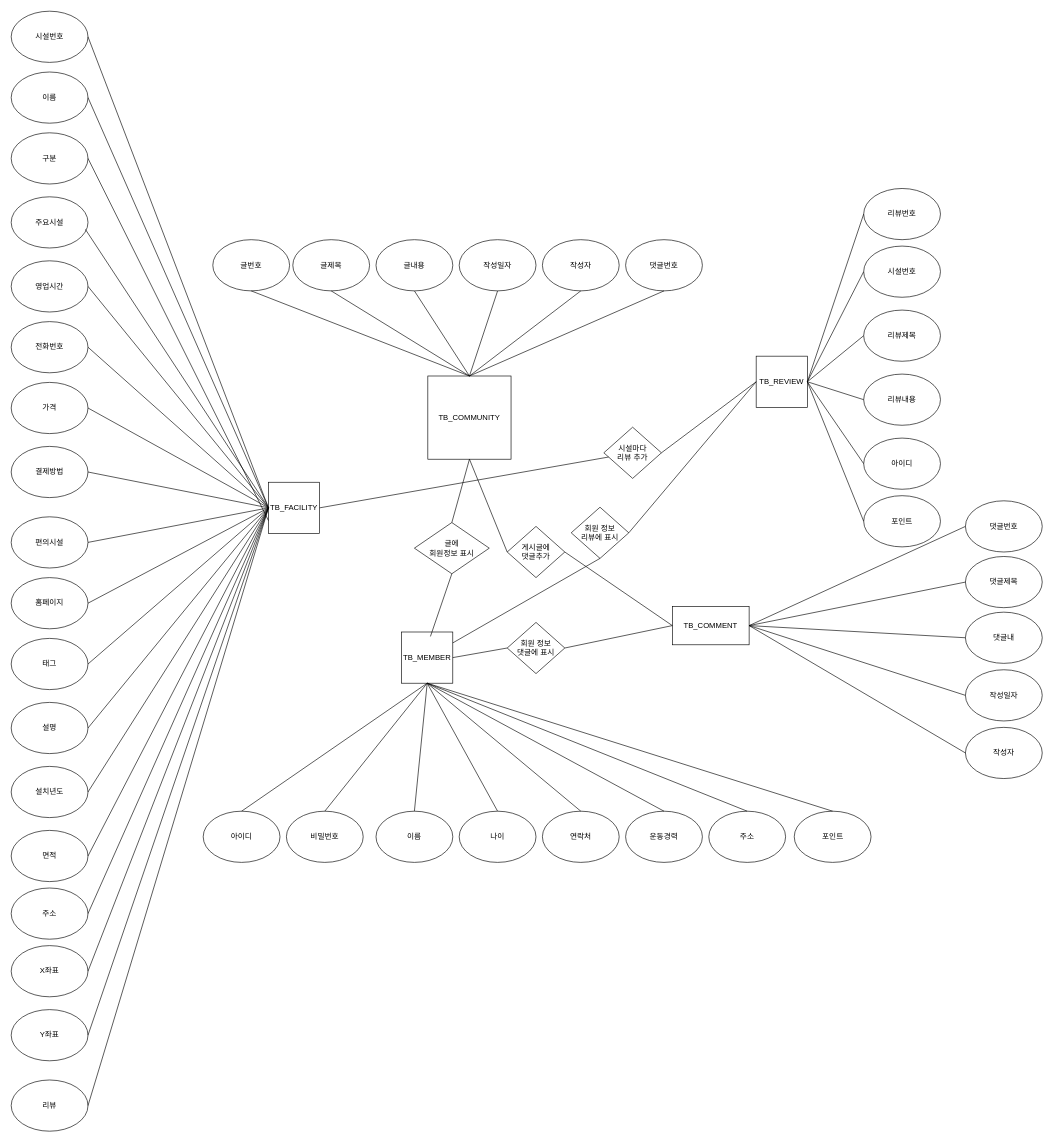
Before: document/ER DIAGRAM.drawio in rimgosu/ProjectStudy, a draw.io diagram. Source tidied: cells renumbered, new cells numbered last; positions are measured from the earlier drawing's top-left corner, leaving out a move shared by most shapes. Both pictures are drawn from the tidied source at 64%, with x=0, y=0 at pixel (11, 11).
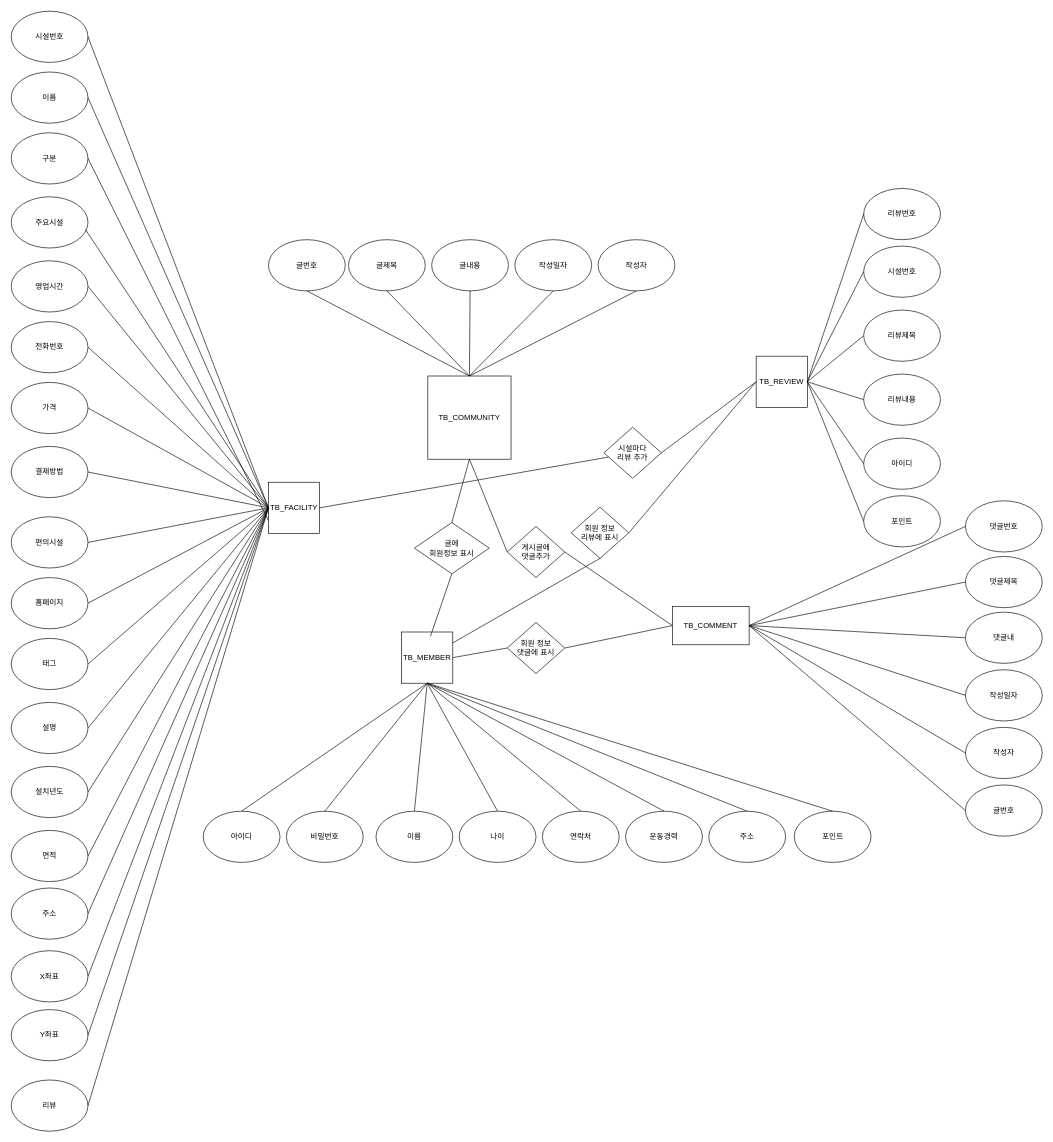
The same diagram, later.

The change refers to these unchanged cells:
```xml
<mxCell id="39" value="TB_COMMENT" style="rounded=0;whiteSpace=wrap;html=1;" parent="1" vertex="1">
  <mxGeometry x="1033" y="930" width="120" height="60" as="geometry" />
</mxCell>
<mxCell id="70" value="TB_COMMUNITY" style="whiteSpace=wrap;html=1;" parent="1" vertex="1">
  <mxGeometry x="651" y="570" width="130" height="130" as="geometry" />
</mxCell>
```

Diff of the diagram source:
```diff
@@
     <mxCell id="19" value="X좌표" style="ellipse;whiteSpace=wrap;html=1;" parent="1" vertex="1">
-      <mxGeometry y="1460" width="120" height="80" as="geometry" />
+      <mxGeometry y="1468" width="120" height="80" as="geometry" />
     </mxCell>
@@
     <mxCell id="71" value="글번호" style="ellipse;whiteSpace=wrap;html=1;" parent="1" vertex="1">
-      <mxGeometry x="315" y="357" width="120" height="80" as="geometry" />
+      <mxGeometry x="402" y="357" width="120" height="80" as="geometry" />
     </mxCell>
     <mxCell id="72" value="글제목" style="ellipse;whiteSpace=wrap;html=1;" parent="1" vertex="1">
-      <mxGeometry x="440" y="357" width="120" height="80" as="geometry" />
+      <mxGeometry x="527" y="357" width="120" height="80" as="geometry" />
     </mxCell>
     <mxCell id="73" value="글내용" style="ellipse;whiteSpace=wrap;html=1;" parent="1" vertex="1">
-      <mxGeometry x="570" y="357" width="120" height="80" as="geometry" />
+      <mxGeometry x="657" y="357" width="120" height="80" as="geometry" />
     </mxCell>
     <mxCell id="74" value="작성일자" style="ellipse;whiteSpace=wrap;html=1;" parent="1" vertex="1">
-      <mxGeometry x="700" y="357" width="120" height="80" as="geometry" />
+      <mxGeometry x="787" y="357" width="120" height="80" as="geometry" />
     </mxCell>
     <mxCell id="75" value="작성자" style="ellipse;whiteSpace=wrap;html=1;" parent="1" vertex="1">
-      <mxGeometry x="830" y="357" width="120" height="80" as="geometry" />
+      <mxGeometry x="917" y="357" width="120" height="80" as="geometry" />
     </mxCell>
-    <mxCell id="76" value="댓글번호" style="ellipse;whiteSpace=wrap;html=1;" parent="1" vertex="1">
-      <mxGeometry x="960" y="357" width="120" height="80" as="geometry" />
-    </mxCell>
@@
-    <mxCell id="82" style="endArrow=none;html=1;rounded=0;entryX=0.5;entryY=1;entryDx=0;entryDy=0;exitX=0.5;exitY=0;exitDx=0;exitDy=0;" parent="1" edge="1" source="70" target="76">
-      <mxGeometry relative="1" as="geometry" />
-    </mxCell>
@@
+    <mxCell id="108" value="글번호" style="ellipse;whiteSpace=wrap;html=1;" parent="1" vertex="1">
+      <mxGeometry x="1491" y="1209" width="120" height="80" as="geometry" />
+    </mxCell>
+    <mxCell id="109" style="endArrow=none;html=1;rounded=0;entryX=0;entryY=0.5;entryDx=0;entryDy=0;exitX=1;exitY=0.5;exitDx=0;exitDy=0;" parent="1" edge="1" source="39" target="108">
+      <mxGeometry relative="1" as="geometry" />
+    </mxCell>
```
